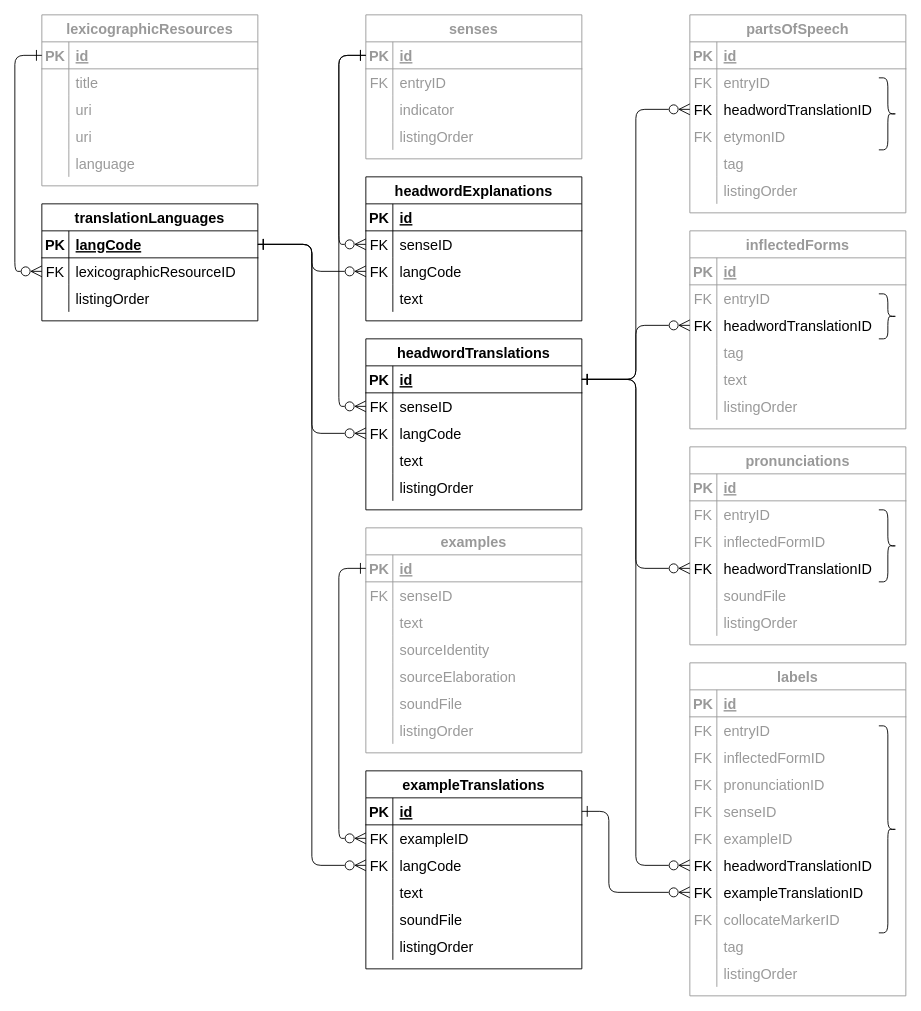
Before: dmlex-v1.0/specification/serializations/RDB/databaseDiagrams/xlingual.drawio in oasis-tcs/lexidma, a draw.io diagram. Source tidied: cells renumbered, new cells numbered last; positions are measured from the earlier drawing's top-left corner, leaving out a move shared by most shapes. Both pictures are drawn from the tidied source at 90%, with x=0, y=0 at pixel (14, 14).
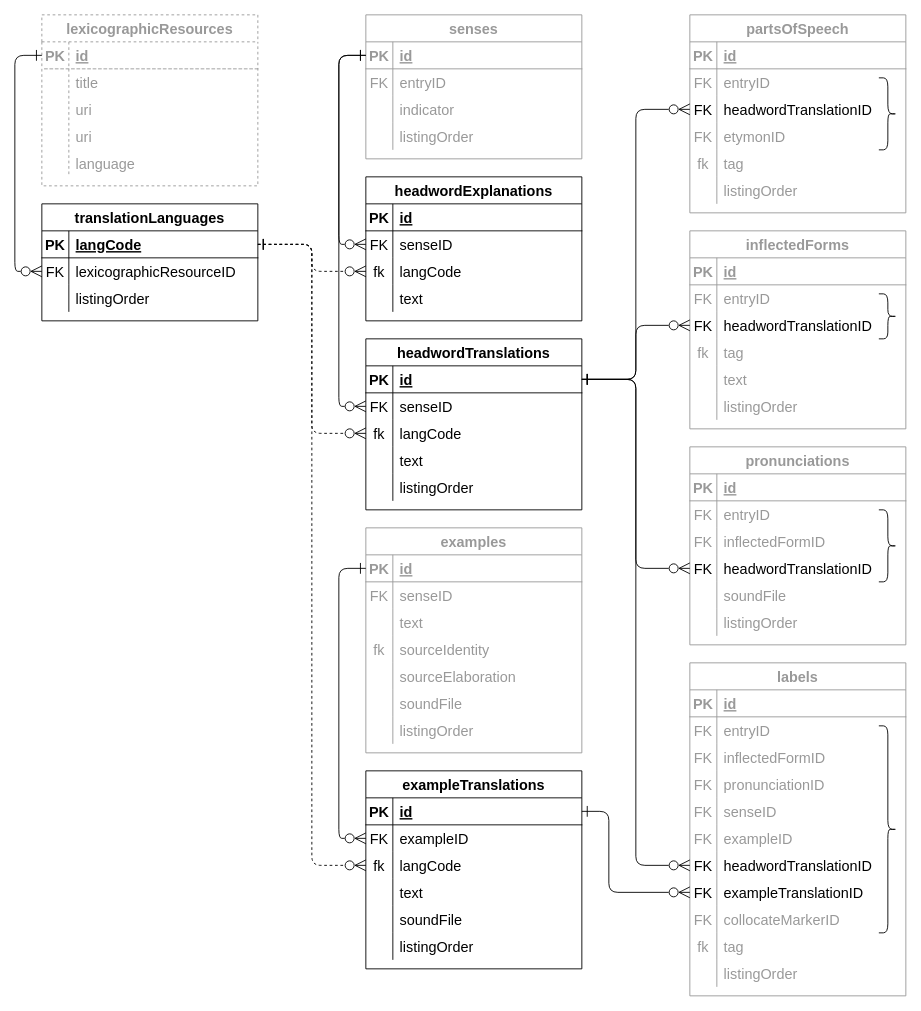
After the change.

The change refers to these unchanged cells:
```xml
<mxCell id="44" style="shape=tableRow;horizontal=0;startSize=0;swimlaneHead=0;swimlaneBody=0;fillColor=none;top=0;left=0;right=0;bottom=0;fontSize=16;strokeColor=#999999;fontColor=#999999;" parent="31" vertex="1">
  <mxGeometry y="150" width="240" height="30" as="geometry" />
</mxCell>
<mxCell id="60" style="shape=tableRow;horizontal=0;startSize=0;swimlaneHead=0;swimlaneBody=0;fillColor=none;top=0;left=0;right=0;bottom=0;fontSize=16;strokeColor=#999999;fontColor=#999999;" parent="50" vertex="1">
  <mxGeometry y="120" width="240" height="30" as="geometry" />
</mxCell>
<mxCell id="89" style="shape=tableRow;horizontal=0;startSize=0;swimlaneHead=0;swimlaneBody=0;fillColor=none;points=[[0,0.5],[1,0.5]];portConstraint=eastwest;top=0;left=0;right=0;bottom=1;fontSize=16;" parent="88" vertex="1">
  <mxGeometry y="30" width="240" height="30" as="geometry" />
</mxCell>
<mxCell id="108" style="shape=tableRow;horizontal=0;startSize=0;swimlaneHead=0;swimlaneBody=0;fillColor=none;top=0;left=0;right=0;bottom=0;fontSize=16;fontColor=#999999;strokeColor=#999999;" parent="98" vertex="1">
  <mxGeometry y="120" width="240" height="30" as="geometry" />
</mxCell>
<mxCell id="148" style="shape=tableRow;horizontal=0;startSize=0;swimlaneHead=0;swimlaneBody=0;fillColor=none;top=0;left=0;right=0;bottom=0;fontSize=16;strokeColor=#999999;fontColor=#999999;" parent="120" vertex="1">
  <mxGeometry y="300" width="240" height="30" as="geometry" />
</mxCell>
<mxCell id="162" style="shape=tableRow;horizontal=0;startSize=0;swimlaneHead=0;swimlaneBody=0;fillColor=none;points=[[0,0.5],[1,0.5]];portConstraint=eastwest;top=0;left=0;right=0;bottom=0;fontSize=16;" parent="155" vertex="1">
  <mxGeometry y="90" width="240" height="30" as="geometry" />
</mxCell>
<mxCell id="178" style="shape=tableRow;horizontal=0;startSize=0;swimlaneHead=0;swimlaneBody=0;fillColor=none;points=[[0,0.5],[1,0.5]];portConstraint=eastwest;top=0;left=0;right=0;bottom=0;fontSize=16;" parent="171" vertex="1">
  <mxGeometry y="90" width="240" height="30" as="geometry" />
</mxCell>
<mxCell id="191" style="shape=tableRow;horizontal=0;startSize=0;swimlaneHead=0;swimlaneBody=0;fillColor=none;points=[[0,0.5],[1,0.5]];portConstraint=eastwest;top=0;left=0;right=0;bottom=0;fontSize=16;" parent="184" vertex="1">
  <mxGeometry y="90" width="240" height="30" as="geometry" />
</mxCell>
```

What changed in the source:
```diff
@@
-    <mxCell id="2" value="lexicographicResources" style="shape=table;startSize=30;childLayout=tableLayout;rowLines=0;fontStyle=1;align=center;fontSize=16;strokeColor=#999999;fontColor=#999999;" parent="1" vertex="1">
+    <mxCell id="2" value="lexicographicResources" style="shape=table;startSize=30;childLayout=tableLayout;rowLines=0;fontStyle=1;align=center;fontSize=16;strokeColor=#999999;fontColor=#999999;dashed=1;" parent="1" vertex="1">
       <mxGeometry x="30" width="240" height="190" as="geometry" />
     </mxCell>
-    <mxCell id="3" style="shape=tableRow;horizontal=0;startSize=0;swimlaneHead=0;swimlaneBody=0;fillColor=none;points=[[0,0.5],[1,0.5]];portConstraint=eastwest;top=0;left=0;right=0;bottom=1;fontSize=16;fontColor=#999999;strokeColor=#999999;" parent="2" vertex="1">
+    <mxCell id="3" style="shape=tableRow;horizontal=0;startSize=0;swimlaneHead=0;swimlaneBody=0;fillColor=none;points=[[0,0.5],[1,0.5]];portConstraint=eastwest;top=0;left=0;right=0;bottom=1;fontSize=16;fontColor=#999999;strokeColor=#999999;dashed=1;" parent="2" vertex="1">
       <mxGeometry y="30" width="240" height="30" as="geometry" />
     </mxCell>
@@
-    <mxCell id="45" style="shape=partialRectangle;fillColor=none;top=0;left=0;bottom=0;right=0;overflow=hidden;fontSize=16;strokeColor=#999999;fontColor=#999999;" parent="44" vertex="1">
+    <mxCell id="45" value="fk" style="shape=partialRectangle;fillColor=none;top=0;left=0;bottom=0;right=0;overflow=hidden;fontSize=16;strokeColor=#999999;fontColor=#999999;" parent="44" vertex="1">
       <mxGeometry width="30" height="30" as="geometry" />
     </mxCell>
@@
-    <mxCell id="61" style="shape=partialRectangle;fillColor=none;top=0;left=0;bottom=0;right=0;overflow=hidden;fontSize=16;strokeColor=#999999;fontColor=#999999;" parent="60" vertex="1">
+    <mxCell id="61" value="fk" style="shape=partialRectangle;fillColor=none;top=0;left=0;bottom=0;right=0;overflow=hidden;fontSize=16;strokeColor=#999999;fontColor=#999999;" parent="60" vertex="1">
       <mxGeometry width="30" height="30" as="geometry" />
     </mxCell>
@@
-    <mxCell id="109" style="shape=partialRectangle;fillColor=none;top=0;left=0;bottom=0;right=0;overflow=hidden;fontSize=16;fontColor=#999999;strokeColor=#999999;" parent="108" vertex="1">
+    <mxCell id="109" value="fk" style="shape=partialRectangle;fillColor=none;top=0;left=0;bottom=0;right=0;overflow=hidden;fontSize=16;fontColor=#999999;strokeColor=#999999;" parent="108" vertex="1">
       <mxGeometry width="30" height="30" as="geometry" />
     </mxCell>
@@
-    <mxCell id="149" style="shape=partialRectangle;fillColor=none;top=0;left=0;bottom=0;right=0;overflow=hidden;fontSize=16;strokeColor=#999999;fontColor=#999999;" parent="148" vertex="1">
+    <mxCell id="149" value="fk" style="shape=partialRectangle;fillColor=none;top=0;left=0;bottom=0;right=0;overflow=hidden;fontSize=16;strokeColor=#999999;fontColor=#999999;" parent="148" vertex="1">
       <mxGeometry width="30" height="30" as="geometry" />
     </mxCell>
@@
-    <mxCell id="163" value="FK" style="shape=partialRectangle;fillColor=none;top=0;left=0;bottom=0;right=0;overflow=hidden;fontSize=16;" parent="162" vertex="1">
+    <mxCell id="163" value="fk" style="shape=partialRectangle;fillColor=none;top=0;left=0;bottom=0;right=0;overflow=hidden;fontSize=16;" parent="162" vertex="1">
       <mxGeometry width="30" height="30" as="geometry" />
     </mxCell>
@@
-    <mxCell id="179" value="FK" style="shape=partialRectangle;fillColor=none;top=0;left=0;bottom=0;right=0;overflow=hidden;fontSize=16;" parent="178" vertex="1">
+    <mxCell id="179" value="fk" style="shape=partialRectangle;fillColor=none;top=0;left=0;bottom=0;right=0;overflow=hidden;fontSize=16;" parent="178" vertex="1">
       <mxGeometry width="30" height="30" as="geometry" />
     </mxCell>
@@
-    <mxCell id="192" value="FK" style="shape=partialRectangle;fillColor=none;top=0;left=0;bottom=0;right=0;overflow=hidden;fontSize=16;" parent="191" vertex="1">
+    <mxCell id="192" value="fk" style="shape=partialRectangle;fillColor=none;top=0;left=0;bottom=0;right=0;overflow=hidden;fontSize=16;" parent="191" vertex="1">
       <mxGeometry width="30" height="30" as="geometry" />
     </mxCell>
@@
-    <mxCell id="207" style="edgeStyle=orthogonalEdgeStyle;shape=connector;rounded=1;jettySize=auto;html=1;exitX=1;exitY=0.5;exitDx=0;exitDy=0;entryX=0;entryY=0.5;entryDx=0;entryDy=0;labelBackgroundColor=default;strokeColor=default;fontFamily=Helvetica;fontSize=12;fontColor=#999999;startArrow=ERone;startFill=0;endArrow=ERzeroToMany;endFill=0;startSize=10;endSize=10;" parent="1" edge="1" source="89" target="178">
+    <mxCell id="207" style="edgeStyle=orthogonalEdgeStyle;shape=connector;rounded=1;jettySize=auto;html=1;exitX=1;exitY=0.5;exitDx=0;exitDy=0;entryX=0;entryY=0.5;entryDx=0;entryDy=0;labelBackgroundColor=default;strokeColor=default;fontFamily=Helvetica;fontSize=12;fontColor=#999999;startArrow=ERone;startFill=0;endArrow=ERzeroToMany;endFill=0;startSize=10;endSize=10;dashed=1;" parent="1" edge="1" source="89" target="178">
       <mxGeometry relative="1" as="geometry" />
     </mxCell>
-    <mxCell id="208" style="edgeStyle=orthogonalEdgeStyle;shape=connector;rounded=1;jettySize=auto;html=1;exitX=1;exitY=0.5;exitDx=0;exitDy=0;entryX=0;entryY=0.5;entryDx=0;entryDy=0;labelBackgroundColor=default;strokeColor=default;fontFamily=Helvetica;fontSize=12;fontColor=#999999;startArrow=ERone;startFill=0;endArrow=ERzeroToMany;endFill=0;startSize=10;endSize=10;" parent="1" edge="1" source="89" target="162">
+    <mxCell id="208" style="edgeStyle=orthogonalEdgeStyle;shape=connector;rounded=1;jettySize=auto;html=1;exitX=1;exitY=0.5;exitDx=0;exitDy=0;entryX=0;entryY=0.5;entryDx=0;entryDy=0;labelBackgroundColor=default;strokeColor=default;fontFamily=Helvetica;fontSize=12;fontColor=#999999;startArrow=ERone;startFill=0;endArrow=ERzeroToMany;endFill=0;startSize=10;endSize=10;dashed=1;" parent="1" edge="1" source="89" target="162">
       <mxGeometry relative="1" as="geometry" />
     </mxCell>
-    <mxCell id="209" style="edgeStyle=orthogonalEdgeStyle;shape=connector;rounded=1;jettySize=auto;html=1;exitX=1;exitY=0.5;exitDx=0;exitDy=0;entryX=0;entryY=0.5;entryDx=0;entryDy=0;labelBackgroundColor=default;strokeColor=default;fontFamily=Helvetica;fontSize=12;fontColor=#999999;startArrow=ERone;startFill=0;endArrow=ERzeroToMany;endFill=0;startSize=10;endSize=10;" parent="1" edge="1" source="89" target="191">
-      <mxGeometry relative="1" as="geometry" />
+    <mxCell id="209" style="edgeStyle=orthogonalEdgeStyle;shape=connector;rounded=1;jettySize=auto;html=1;exitX=1;exitY=0.5;exitDx=0;exitDy=0;entryX=0;entryY=0.5;entryDx=0;entryDy=0;labelBackgroundColor=default;strokeColor=default;fontFamily=Helvetica;fontSize=12;fontColor=#999999;startArrow=ERone;startFill=0;endArrow=ERzeroToMany;endFill=0;startSize=10;endSize=10;dashed=1;" parent="1" edge="1" source="89" target="191">
+      <mxGeometry relative="1" as="geometry">
+        <Array as="points">
+          <mxPoint x="330" y="255" />
+          <mxPoint x="330" y="945" />
+        </Array>
+      </mxGeometry>
     </mxCell>
```
